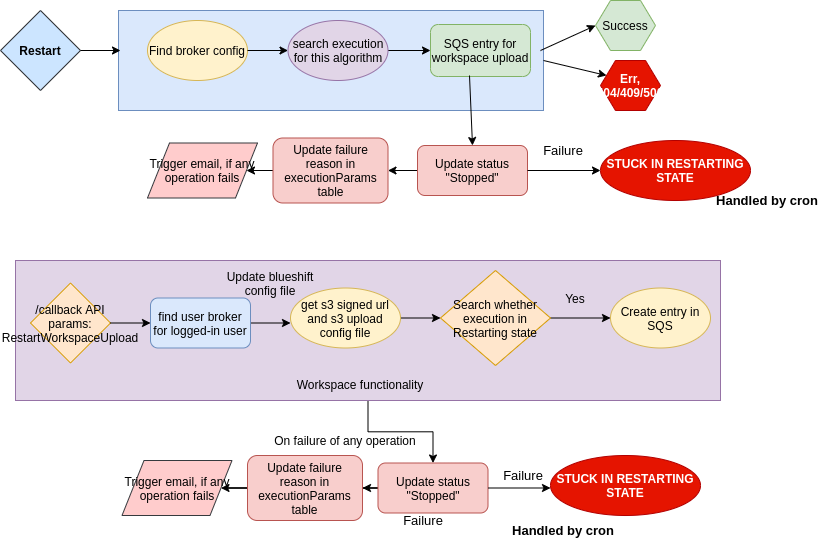
Before: restart_from_UI.png, a diagram exported from draw.io (prodipta/blueshift-resouce). Source tidied: cells renumbered, new cells last; positions are measured from the earlier drawing's top-left corner, leaving out a move shared by most shapes.
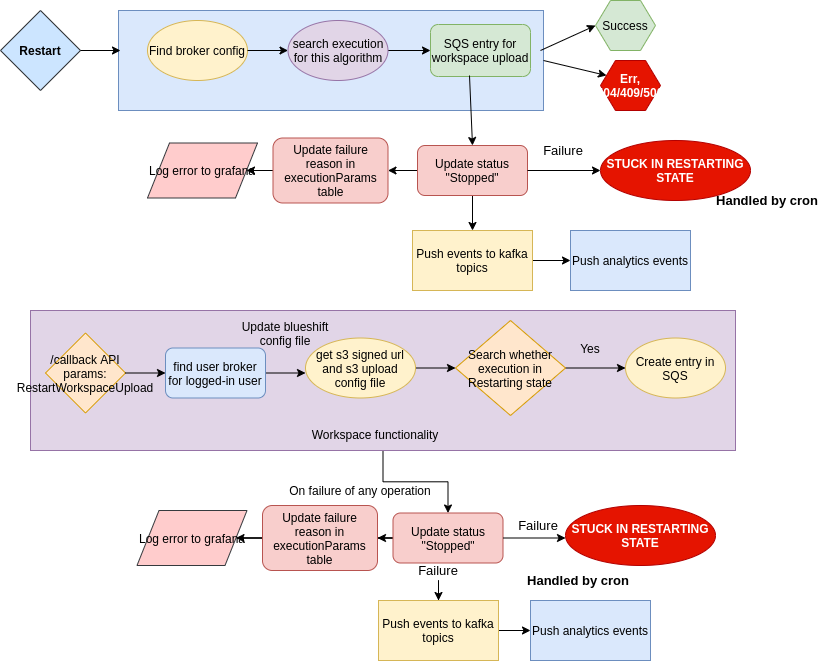
Later version of the same file.

What changed in the source:
```diff
@@ -9,18 +9,18 @@
       <mxGeometry x="15" y="260" width="705" height="140" as="geometry" />
     </mxCell>
     <mxCell id="4" style="rounded=0;whiteSpace=wrap;html=1;fillColor=#dae8fc;strokeColor=#6c8ebf;" parent="1" vertex="1">
-      <mxGeometry x="118" y="10" width="425" height="100" as="geometry" />
+      <mxGeometry x="103" y="-40" width="425" height="100" as="geometry" />
     </mxCell>
     <mxCell id="5" value="&lt;b&gt;Restart&lt;/b&gt;" style="rhombus;whiteSpace=wrap;html=1;fillColor=#cce5ff;strokeColor=#36393d;" parent="1" vertex="1">
-      <mxGeometry y="10" width="80" height="80" as="geometry" />
+      <mxGeometry x="-15" y="-40" width="80" height="80" as="geometry" />
     </mxCell>
     <mxCell id="6" style="endArrow=classic;html=1;exitX=1;exitY=0.5;exitDx=0;exitDy=0;" parent="1" edge="1" source="5">
       <mxGeometry relative="1" as="geometry">
-        <mxPoint x="120" y="50" as="targetPoint" />
+        <mxPoint x="105" as="targetPoint" />
       </mxGeometry>
     </mxCell>
     <mxCell id="7" value="Find broker config" style="ellipse;whiteSpace=wrap;html=1;fillColor=#fff2cc;strokeColor=#d6b656;" parent="1" vertex="1">
-      <mxGeometry x="147" y="20" width="100" height="60" as="geometry" />
+      <mxGeometry x="132" y="-30" width="100" height="60" as="geometry" />
     </mxCell>
     <mxCell id="8" value="&lt;div&gt;/callback API&lt;/div&gt;&lt;div&gt;params: RestartWorkspaceUpload&lt;br&gt;&lt;/div&gt;" style="rhombus;whiteSpace=wrap;html=1;fillColor=#ffe6cc;strokeColor=#d79b00;" parent="1" vertex="1">
       <mxGeometry x="30" y="282.5" width="80" height="80" as="geometry" />
@@ -56,7 +56,7 @@
       <mxGeometry x="270" y="374" width="180" height="20" as="geometry" />
     </mxCell>
     <mxCell id="17" value="SQS entry for workspace upload" style="rounded=1;whiteSpace=wrap;html=1;fillColor=#d5e8d4;strokeColor=#82b366;" parent="1" vertex="1">
-      <mxGeometry x="430" y="24" width="100" height="52" as="geometry" />
+      <mxGeometry x="415" y="-26" width="100" height="52" as="geometry" />
     </mxCell>
     <mxCell id="18" value="On failure of any operation" style="text;html=1;strokeColor=none;fillColor=none;align=center;verticalAlign=middle;whiteSpace=wrap;rounded=0;" parent="1" vertex="1">
       <mxGeometry x="270" y="430" width="150" height="20" as="geometry" />
@@ -82,6 +82,9 @@
     <mxCell id="24" value="Handled by cron" style="text;html=1;strokeColor=none;fillColor=none;align=center;verticalAlign=middle;whiteSpace=wrap;rounded=0;fontStyle=1;fontSize=13;" parent="1" vertex="1">
       <mxGeometry x="503" y="520" width="120" height="20" as="geometry" />
     </mxCell>
+    <mxCell id="50" style="edgeStyle=orthogonalEdgeStyle;rounded=0;jettySize=auto;html=1;" parent="1" edge="1" source="25" target="53">
+      <mxGeometry relative="1" as="geometry" />
+    </mxCell>
     <mxCell id="25" value="Failure" style="text;html=1;strokeColor=none;fillColor=none;align=center;verticalAlign=middle;whiteSpace=wrap;rounded=0;fontSize=13;" parent="1" vertex="1">
       <mxGeometry x="403" y="510" width="40" height="20" as="geometry" />
     </mxCell>
@@ -94,43 +97,46 @@
     <mxCell id="28" style="edgeStyle=orthogonalEdgeStyle;rounded=0;jettySize=auto;html=1;" parent="1" edge="1" source="29" target="31">
       <mxGeometry relative="1" as="geometry" />
     </mxCell>
+    <mxCell id="51" style="edgeStyle=orthogonalEdgeStyle;rounded=0;jettySize=auto;html=1;" parent="1" edge="1" source="29" target="56">
+      <mxGeometry relative="1" as="geometry" />
+    </mxCell>
     <mxCell id="29" value="&lt;div&gt;Update status &quot;Stopped&quot;&lt;/div&gt;" style="rounded=1;whiteSpace=wrap;html=1;fillColor=#f8cecc;strokeColor=#b85450;" parent="1" vertex="1">
-      <mxGeometry x="417" y="145" width="110" height="50" as="geometry" />
+      <mxGeometry x="402" y="95" width="110" height="50" as="geometry" />
     </mxCell>
     <mxCell id="30" style="edgeStyle=orthogonalEdgeStyle;rounded=0;jettySize=auto;html=1;" parent="1" edge="1" source="31" target="40">
       <mxGeometry relative="1" as="geometry" />
     </mxCell>
     <mxCell id="31" value="Update failure reason in executionParams table" style="rounded=1;whiteSpace=wrap;html=1;fillColor=#f8cecc;strokeColor=#b85450;" parent="1" vertex="1">
-      <mxGeometry x="272.5" y="137.5" width="115" height="65" as="geometry" />
+      <mxGeometry x="257.5" y="87.5" width="115" height="65" as="geometry" />
     </mxCell>
     <mxCell id="32" style="endArrow=classic;html=1;exitX=1;exitY=0.5;exitDx=0;exitDy=0;entryX=0;entryY=0.5;entryDx=0;entryDy=0;" parent="1" edge="1" source="29" target="33">
       <mxGeometry relative="1" as="geometry" />
     </mxCell>
     <mxCell id="33" value="STUCK IN RESTARTING STATE" style="ellipse;whiteSpace=wrap;html=1;fontStyle=1;fillColor=#e51400;strokeColor=#B20000;fontColor=#ffffff;" parent="1" vertex="1">
-      <mxGeometry x="600" y="140" width="150" height="60" as="geometry" />
+      <mxGeometry x="585" y="90" width="150" height="60" as="geometry" />
     </mxCell>
     <mxCell id="34" value="Handled by cron" style="text;html=1;strokeColor=none;fillColor=none;align=center;verticalAlign=middle;whiteSpace=wrap;rounded=0;fontStyle=1;fontSize=13;" parent="1" vertex="1">
-      <mxGeometry x="707" y="190" width="120" height="20" as="geometry" />
+      <mxGeometry x="692" y="140" width="120" height="20" as="geometry" />
     </mxCell>
     <mxCell id="35" value="Failure" style="text;html=1;strokeColor=none;fillColor=none;align=center;verticalAlign=middle;whiteSpace=wrap;rounded=0;fontSize=13;" parent="1" vertex="1">
-      <mxGeometry x="543" y="140" width="40" height="20" as="geometry" />
+      <mxGeometry x="528" y="90" width="40" height="20" as="geometry" />
     </mxCell>
     <mxCell id="36" style="endArrow=classic;html=1;entryX=0;entryY=0.5;entryDx=0;entryDy=0;" parent="1" edge="1" target="37">
       <mxGeometry relative="1" as="geometry">
-        <mxPoint x="540" y="50" as="sourcePoint" />
+        <mxPoint x="525" as="sourcePoint" />
       </mxGeometry>
     </mxCell>
     <mxCell id="37" value="Success" style="shape=hexagon;perimeter=hexagonPerimeter2;whiteSpace=wrap;html=1;fillColor=#d5e8d4;strokeColor=#82b366;" parent="1" vertex="1">
-      <mxGeometry x="595" width="60" height="50" as="geometry" />
+      <mxGeometry x="580" y="-50" width="60" height="50" as="geometry" />
     </mxCell>
     <mxCell id="38" style="endArrow=classic;html=1;exitX=1;exitY=0.5;exitDx=0;exitDy=0;entryX=0;entryY=0.25;entryDx=0;entryDy=0;" parent="1" edge="1" source="4" target="39">
       <mxGeometry relative="1" as="geometry" />
     </mxCell>
     <mxCell id="39" value="Err, 404/409/500" style="shape=hexagon;perimeter=hexagonPerimeter2;whiteSpace=wrap;html=1;fillColor=#e51400;strokeColor=#B20000;fontColor=#ffffff;fontStyle=1;" parent="1" vertex="1">
-      <mxGeometry x="600" y="60" width="60" height="50" as="geometry" />
+      <mxGeometry x="585" y="10" width="60" height="50" as="geometry" />
     </mxCell>
-    <mxCell id="40" value="Trigger email, if any operation fails" style="shape=parallelogram;perimeter=parallelogramPerimeter;whiteSpace=wrap;html=1;fillColor=#ffcccc;strokeColor=#36393d;" parent="1" vertex="1">
-      <mxGeometry x="147" y="142.5" width="110" height="55" as="geometry" />
+    <mxCell id="40" value="Log error to grafana" style="shape=parallelogram;perimeter=parallelogramPerimeter;whiteSpace=wrap;html=1;fillColor=#ffcccc;strokeColor=#36393d;" parent="1" vertex="1">
+      <mxGeometry x="132" y="92.5" width="110" height="55" as="geometry" />
     </mxCell>
     <mxCell id="41" style="edgeStyle=orthogonalEdgeStyle;rounded=0;jettySize=auto;html=1;" parent="1" edge="1" source="42" target="44">
       <mxGeometry relative="1" as="geometry" />
@@ -152,14 +158,32 @@
     <mxCell id="46" value="Failure" style="text;html=1;strokeColor=none;fillColor=none;align=center;verticalAlign=middle;whiteSpace=wrap;rounded=0;fontSize=13;" parent="1" vertex="1">
       <mxGeometry x="503" y="465" width="40" height="20" as="geometry" />
     </mxCell>
-    <mxCell id="47" value="Trigger email, if any operation fails" style="shape=parallelogram;perimeter=parallelogramPerimeter;whiteSpace=wrap;html=1;fillColor=#ffcccc;strokeColor=#36393d;" parent="1" vertex="1">
+    <mxCell id="47" value="Log error to grafana" style="shape=parallelogram;perimeter=parallelogramPerimeter;whiteSpace=wrap;html=1;fillColor=#ffcccc;strokeColor=#36393d;" parent="1" vertex="1">
       <mxGeometry x="121.5" y="460" width="110" height="55" as="geometry" />
     </mxCell>
     <mxCell id="48" value="search execution for this algorithm" style="ellipse;whiteSpace=wrap;html=1;fillColor=#e1d5e7;strokeColor=#9673a6;" parent="1" vertex="1">
-      <mxGeometry x="287.5" y="20" width="100" height="60" as="geometry" />
+      <mxGeometry x="272.5" y="-30" width="100" height="60" as="geometry" />
     </mxCell>
     <mxCell id="49" style="edgeStyle=orthogonalEdgeStyle;rounded=0;jettySize=auto;html=1;" parent="1" edge="1" source="7" target="48">
       <mxGeometry relative="1" as="geometry" />
     </mxCell>
+    <mxCell id="52" style="edgeStyle=orthogonalEdgeStyle;rounded=0;jettySize=auto;html=1;" parent="1" edge="1" source="53" target="54">
+      <mxGeometry relative="1" as="geometry" />
+    </mxCell>
+    <mxCell id="53" value="Push events to kafka topics" style="whiteSpace=wrap;html=1;fillColor=#fff2cc;strokeColor=#d6b656;" parent="1" vertex="1">
+      <mxGeometry x="363" y="550" width="120" height="60" as="geometry" />
+    </mxCell>
+    <mxCell id="54" value="Push analytics events" style="whiteSpace=wrap;html=1;fillColor=#dae8fc;strokeColor=#6c8ebf;" parent="1" vertex="1">
+      <mxGeometry x="515" y="550" width="120" height="60" as="geometry" />
+    </mxCell>
+    <mxCell id="55" style="edgeStyle=orthogonalEdgeStyle;rounded=0;jettySize=auto;html=1;" parent="1" edge="1" source="56" target="57">
+      <mxGeometry relative="1" as="geometry" />
+    </mxCell>
+    <mxCell id="56" value="Push events to kafka topics" style="whiteSpace=wrap;html=1;fillColor=#fff2cc;strokeColor=#d6b656;" parent="1" vertex="1">
+      <mxGeometry x="397" y="180" width="120" height="60" as="geometry" />
+    </mxCell>
+    <mxCell id="57" value="Push analytics events" style="whiteSpace=wrap;html=1;fillColor=#dae8fc;strokeColor=#6c8ebf;" parent="1" vertex="1">
+      <mxGeometry x="555" y="180" width="120" height="60" as="geometry" />
+    </mxCell>
   </root>
 </mxGraphModel>
```
